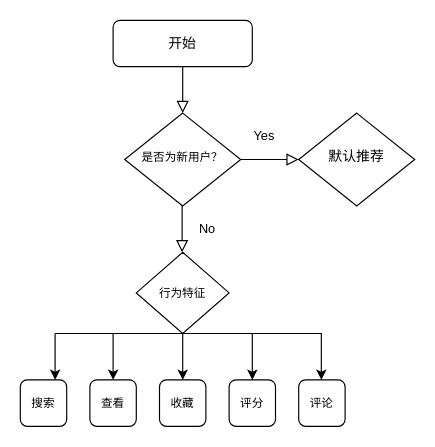
Above: images/未命名绘图.drawio in tuomasi-dang/FileCodeBox (draw.io), before the change. Source tidied: cells renumbered, new cells numbered last; positions are measured from the earlier drawing's top-left corner, leaving out a move shared by most shapes. Both pictures are drawn from the tidied source at 116%, with x=0, y=0 at pixel (20, 20).
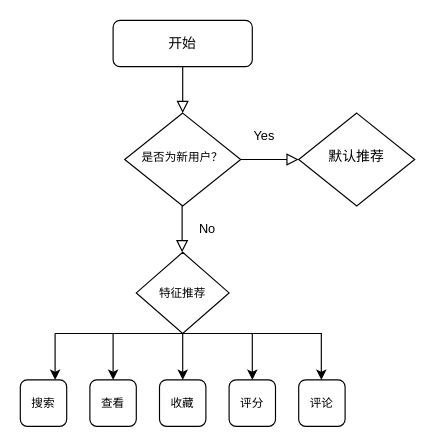
The same page after the edit.

What changed in the source:
```diff
@@
-    <mxCell id="19" value="行为特征" style="rhombus;whiteSpace=wrap;html=1;fontSize=10;" parent="1" vertex="1">
+    <mxCell id="19" value="特征推荐" style="rhombus;whiteSpace=wrap;html=1;fontSize=10;" parent="1" vertex="1">
       <mxGeometry x="100" y="200" width="80" height="70" as="geometry" />
     </mxCell>
```
